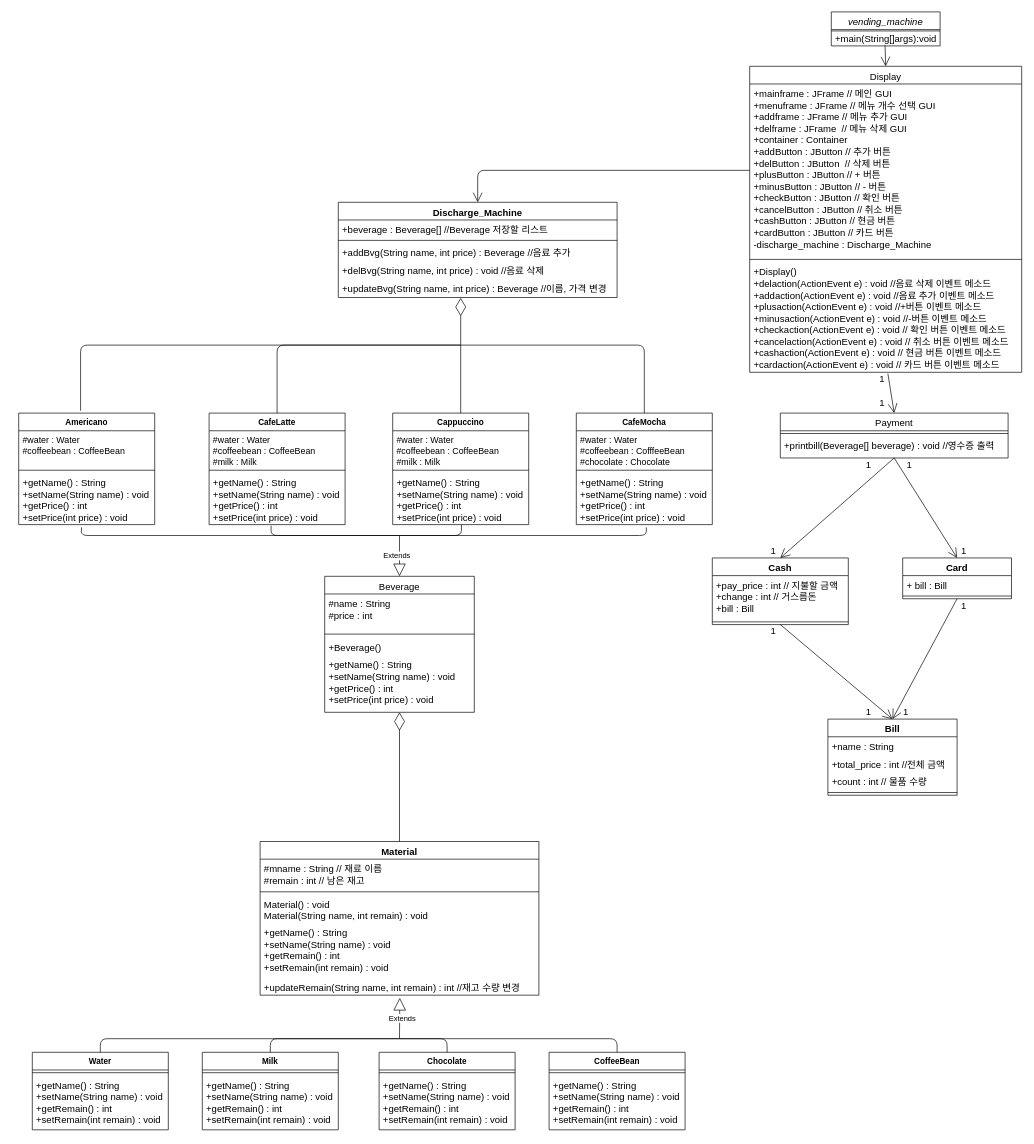
Above: Untitled Diagram.drawio in ans2568/Messenger (draw.io), before the change. Source tidied: cells renumbered, new cells numbered last; positions are measured from the earlier drawing's top-left corner, leaving out a move shared by most shapes. Both pictures are drawn from the tidied source at 68%, with x=0, y=0 at pixel (18, 12).
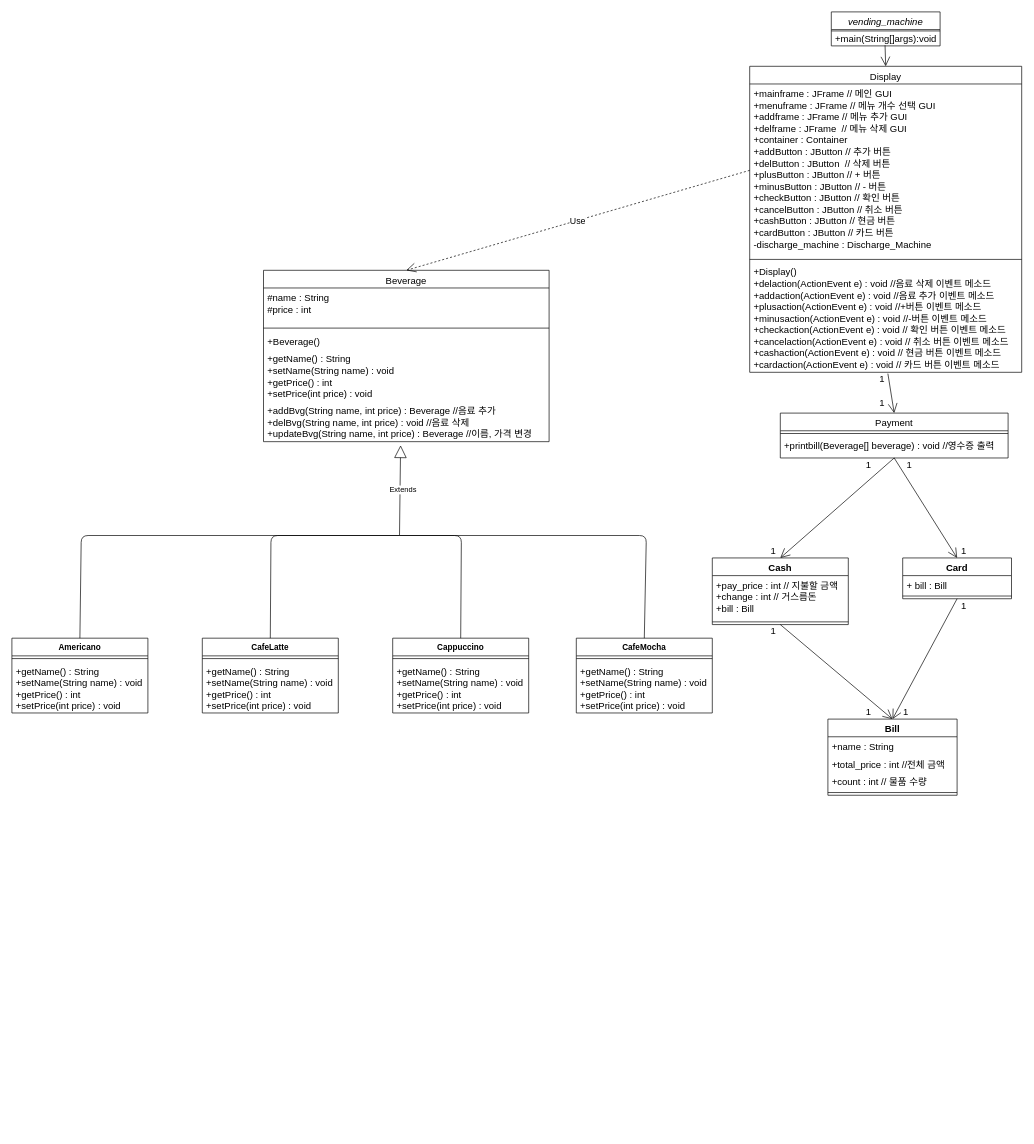
Above is the later version.

The change refers to these unchanged cells:
```xml
<mxCell id="11" value="+mainframe : JFrame // 메인 GUI&#10;+menuframe : JFrame // 메뉴 개수 선택 GUI&#10;+addframe : JFrame // 메뉴 추가 GUI&#10;+delframe : JFrame  // 메뉴 삭제 GUI&#10;+container : Container&#10;+addButton : JButton // 추가 버튼&#10;+delButton : JButton  // 삭제 버튼&#10;+plusButton : JButton // + 버튼&#10;+minusButton : JButton // - 버튼&#10;+checkButton : JButton // 확인 버튼&#10;+cancelButton : JButton // 취소 버튼&#10;+cashButton : JButton // 현금 버튼&#10;+cardButton : JButton // 카드 버튼&#10;-discharge_machine : Discharge_Machine" style="text;align=left;verticalAlign=top;spacingLeft=4;spacingRight=4;overflow=hidden;points=[[0,0.5],[1,0.5]];portConstraint=eastwest;fontSize=14;" parent="10" vertex="1">
  <mxGeometry y="26" width="400" height="254" as="geometry" />
</mxCell>
```

The edit, as a diff of the source:
```diff
@@
     <mxCell id="5" value="Beverage" style="swimlane;fontStyle=0;align=center;verticalAlign=top;horizontal=1;startSize=26;rounded=0;shadow=0;strokeWidth=1;fontSize=14;" parent="1" vertex="1">
-      <mxGeometry x="450" y="830" width="220" height="200" as="geometry" />
+      <mxGeometry x="360" y="380" width="420" height="252" as="geometry" />
     </mxCell>
     <mxCell id="6" value="#name : String&#10;#price : int&#10;" style="text;align=left;verticalAlign=top;spacingLeft=4;spacingRight=4;overflow=hidden;fontSize=14;" parent="5" vertex="1">
-      <mxGeometry y="26" width="220" height="54" as="geometry" />
+      <mxGeometry y="26" width="420" height="54" as="geometry" />
     </mxCell>
     <mxCell id="7" style="line;html=1;strokeWidth=1;align=left;verticalAlign=middle;spacingTop=-1;spacingLeft=3;spacingRight=3;labelPosition=right;fontSize=14;" parent="5" vertex="1">
-      <mxGeometry y="80" width="220" height="10" as="geometry" />
+      <mxGeometry y="80" width="420" height="10" as="geometry" />
     </mxCell>
     <mxCell id="8" value="+Beverage()" style="text;align=left;verticalAlign=top;spacingLeft=4;spacingRight=4;overflow=hidden;fontSize=14;" parent="5" vertex="1">
-      <mxGeometry y="90" width="220" height="26" as="geometry" />
+      <mxGeometry y="90" width="420" height="26" as="geometry" />
     </mxCell>
     <mxCell id="9" value="+getName() : String&#10;+setName(String name) : void&#10;+getPrice() : int&#10;+setPrice(int price) : void" style="text;align=left;verticalAlign=top;spacingLeft=4;spacingRight=4;overflow=hidden;fontSize=14;" parent="5" vertex="1">
-      <mxGeometry y="116" width="220" height="76" as="geometry" />
+      <mxGeometry y="116" width="420" height="76" as="geometry" />
     </mxCell>
+    <mxCell id="25" value="+addBvg(String name, int price) : Beverage //음료 추가&#10;+delBvg(String name, int price) : void //음료 삭제&#10;+updateBvg(String name, int price) : Beverage //이름, 가격 변경" style="text;align=left;verticalAlign=top;spacingLeft=4;spacingRight=4;overflow=hidden;points=[[0,0.5],[1,0.5]];portConstraint=eastwest;fontSize=14;" parent="5" vertex="1">
+      <mxGeometry y="192" width="420" height="60" as="geometry" />
+    </mxCell>
@@
-    <mxCell id="22" value="Discharge_Machine" style="swimlane;fontStyle=1;align=center;verticalAlign=top;horizontal=1;startSize=26;fillColor=#ffffff;html=0;fontSize=14;" parent="1" vertex="1">
-      <mxGeometry x="470" y="280" width="410" height="140" as="geometry" />
-    </mxCell>
-    <mxCell id="23" value="+beverage : Beverage[] //Beverage 저장할 리스트" style="text;strokeColor=none;fillColor=none;align=left;verticalAlign=top;spacingLeft=4;spacingRight=4;overflow=hidden;fontSize=14;" parent="22" vertex="1">
-      <mxGeometry y="26" width="410" height="26" as="geometry" />
-    </mxCell>
-    <mxCell id="24" style="line;strokeWidth=1;fillColor=none;align=left;verticalAlign=middle;spacingTop=-1;spacingLeft=3;spacingRight=3;labelPosition=right;fontSize=14;" parent="22" vertex="1">
-      <mxGeometry y="52" width="410" height="8" as="geometry" />
-    </mxCell>
-    <mxCell id="25" value="+addBvg(String name, int price) : Beverage //음료 추가" style="text;align=left;verticalAlign=top;spacingLeft=4;spacingRight=4;overflow=hidden;points=[[0,0.5],[1,0.5]];portConstraint=eastwest;fontSize=14;" parent="22" vertex="1">
-      <mxGeometry y="60" width="410" height="26" as="geometry" />
-    </mxCell>
-    <mxCell id="26" value="+delBvg(String name, int price) : void //음료 삭제" style="text;align=left;verticalAlign=top;spacingLeft=4;spacingRight=4;overflow=hidden;fontSize=14;" parent="22" vertex="1">
-      <mxGeometry y="86" width="410" height="26" as="geometry" />
-    </mxCell>
-    <mxCell id="27" value="+updateBvg(String name, int price) : Beverage //이름, 가격 변경" style="text;align=left;verticalAlign=top;spacingLeft=4;spacingRight=4;overflow=hidden;points=[[0,0.5],[1,0.5]];portConstraint=eastwest;fontSize=14;" parent="22" vertex="1">
-      <mxGeometry y="112" width="410" height="28" as="geometry" />
-    </mxCell>
-    <mxCell id="28" value="Material" style="swimlane;fontStyle=1;align=center;verticalAlign=top;horizontal=1;startSize=26;fontSize=14;" parent="1" vertex="1">
-      <mxGeometry x="355" y="1220" width="410" height="226" as="geometry" />
-    </mxCell>
-    <mxCell id="29" value="#mname : String // 재료 이름&#10;#remain : int // 남은 재고" style="text;strokeColor=none;fillColor=none;align=left;verticalAlign=top;spacingLeft=4;spacingRight=4;overflow=hidden;fontSize=14;" parent="28" vertex="1">
-      <mxGeometry y="26" width="410" height="44" as="geometry" />
-    </mxCell>
-    <mxCell id="30" style="line;strokeWidth=1;fillColor=none;align=left;verticalAlign=middle;spacingTop=-1;spacingLeft=3;spacingRight=3;labelPosition=right;fontSize=14;" parent="28" vertex="1">
-      <mxGeometry y="70" width="410" height="8" as="geometry" />
-    </mxCell>
-    <mxCell id="31" value="Material() : void&#10;Material(String name, int remain) : void" style="text;strokeColor=none;fillColor=none;align=left;verticalAlign=top;spacingLeft=4;spacingRight=4;overflow=hidden;fontSize=14;" parent="28" vertex="1">
-      <mxGeometry y="78" width="410" height="42" as="geometry" />
-    </mxCell>
-    <mxCell id="32" value="+getName() : String&#10;+setName(String name) : void&#10;+getRemain() : int&#10;+setRemain(int remain) : void" style="text;strokeColor=none;fillColor=none;align=left;verticalAlign=top;spacingLeft=4;spacingRight=4;overflow=hidden;fontSize=14;" parent="28" vertex="1">
-      <mxGeometry y="120" width="410" height="80" as="geometry" />
-    </mxCell>
-    <mxCell id="33" value="+updateRemain(String name, int remain) : int //재고 수량 변경" style="text;strokeColor=none;fillColor=none;align=left;verticalAlign=top;spacingLeft=4;spacingRight=4;overflow=hidden;points=[[0,0.5],[1,0.5]];portConstraint=eastwest;fontSize=14;" parent="28" vertex="1">
-      <mxGeometry y="200" width="410" height="26" as="geometry" />
-    </mxCell>
@@
-    <mxCell id="52" style="endArrow=open;endFill=1;endSize=12;html=1;entryX=0.5;entryY=0;entryDx=0;entryDy=0;exitX=0;exitY=0.5;exitDx=0;exitDy=0;fontSize=14;" parent="1" edge="1" source="11" target="22">
-      <mxGeometry relative="1" as="geometry">
-        <Array as="points">
-          <mxPoint x="675" y="233" />
-        </Array>
-      </mxGeometry>
-    </mxCell>
@@
     <mxCell id="57" value="Cappuccino" style="swimlane;fontStyle=1;align=center;verticalAlign=top;horizontal=1;startSize=26;" parent="1" vertex="1">
-      <mxGeometry x="550" y="590" width="200" height="164" as="geometry" />
+      <mxGeometry x="550" y="921" width="200" height="110" as="geometry" />
     </mxCell>
-    <mxCell id="58" value="#water : Water&#10;#coffeebean : CoffeeBean&#10;#milk : Milk" style="text;strokeColor=none;fillColor=none;align=left;verticalAlign=top;spacingLeft=4;spacingRight=4;overflow=hidden;fontSize=13;" parent="57" vertex="1">
-      <mxGeometry y="26" width="200" height="54" as="geometry" />
-    </mxCell>
     <mxCell id="59" style="line;strokeWidth=1;fillColor=none;align=left;verticalAlign=middle;spacingTop=-1;spacingLeft=3;spacingRight=3;labelPosition=right;" parent="57" vertex="1">
-      <mxGeometry y="80" width="200" height="8" as="geometry" />
+      <mxGeometry y="26" width="200" height="8" as="geometry" />
     </mxCell>
     <mxCell id="60" value="+getName() : String&#10;+setName(String name) : void&#10;+getPrice() : int&#10;+setPrice(int price) : void" style="text;align=left;verticalAlign=top;spacingLeft=4;spacingRight=4;overflow=hidden;points=[[0,0.5],[1,0.5]];portConstraint=eastwest;fontSize=14;" parent="57" vertex="1">
-      <mxGeometry y="88" width="200" height="76" as="geometry" />
+      <mxGeometry y="34" width="200" height="76" as="geometry" />
     </mxCell>
     <mxCell id="61" value="CafeMocha" style="swimlane;fontStyle=1;align=center;verticalAlign=top;horizontal=1;startSize=26;" parent="1" vertex="1">
-      <mxGeometry x="820" y="590" width="200" height="164" as="geometry" />
+      <mxGeometry x="820" y="921" width="200" height="110" as="geometry" />
     </mxCell>
-    <mxCell id="62" value="#water : Water&#10;#coffeebean : CofffeeBean&#10;#chocolate : Chocolate" style="text;strokeColor=none;fillColor=none;align=left;verticalAlign=top;spacingLeft=4;spacingRight=4;overflow=hidden;fontSize=13;" parent="61" vertex="1">
-      <mxGeometry y="26" width="200" height="54" as="geometry" />
-    </mxCell>
     <mxCell id="63" style="line;strokeWidth=1;fillColor=none;align=left;verticalAlign=middle;spacingTop=-1;spacingLeft=3;spacingRight=3;labelPosition=right;" parent="61" vertex="1">
-      <mxGeometry y="80" width="200" height="8" as="geometry" />
+      <mxGeometry y="26" width="200" height="8" as="geometry" />
     </mxCell>
     <mxCell id="64" value="+getName() : String&#10;+setName(String name) : void&#10;+getPrice() : int&#10;+setPrice(int price) : void" style="text;align=left;verticalAlign=top;spacingLeft=4;spacingRight=4;overflow=hidden;points=[[0,0.5],[1,0.5]];portConstraint=eastwest;fontSize=14;" parent="61" vertex="1">
-      <mxGeometry y="88" width="200" height="76" as="geometry" />
+      <mxGeometry y="34" width="200" height="76" as="geometry" />
     </mxCell>
     <mxCell id="65" value="CafeLatte" style="swimlane;fontStyle=1;align=center;verticalAlign=top;horizontal=1;startSize=26;" parent="1" vertex="1">
-      <mxGeometry x="280" y="590" width="200" height="164" as="geometry" />
+      <mxGeometry x="270" y="921" width="200" height="110" as="geometry" />
     </mxCell>
-    <mxCell id="66" value="#water : Water&#10;#coffeebean : CoffeeBean&#10;#milk : Milk" style="text;strokeColor=none;fillColor=none;align=left;verticalAlign=top;spacingLeft=4;spacingRight=4;overflow=hidden;fontSize=13;" parent="65" vertex="1">
-      <mxGeometry y="26" width="200" height="54" as="geometry" />
-    </mxCell>
     <mxCell id="67" style="line;strokeWidth=1;fillColor=none;align=left;verticalAlign=middle;spacingTop=-1;spacingLeft=3;spacingRight=3;labelPosition=right;" parent="65" vertex="1">
-      <mxGeometry y="80" width="200" height="8" as="geometry" />
+      <mxGeometry y="26" width="200" height="8" as="geometry" />
     </mxCell>
     <mxCell id="68" value="+getName() : String&#10;+setName(String name) : void&#10;+getPrice() : int&#10;+setPrice(int price) : void" style="text;align=left;verticalAlign=top;spacingLeft=4;spacingRight=4;overflow=hidden;points=[[0,0.5],[1,0.5]];portConstraint=eastwest;fontSize=14;" parent="65" vertex="1">
-      <mxGeometry y="88" width="200" height="76" as="geometry" />
+      <mxGeometry y="34" width="200" height="76" as="geometry" />
     </mxCell>
     <mxCell id="69" value="Americano" style="swimlane;fontStyle=1;align=center;verticalAlign=top;horizontal=1;startSize=26;" parent="1" vertex="1">
-      <mxGeometry y="590" width="200" height="164" as="geometry" />
+      <mxGeometry x="-10" y="921" width="200" height="110" as="geometry" />
     </mxCell>
-    <mxCell id="70" value="#water : Water&#10;#coffeebean : CoffeeBean" style="text;strokeColor=none;fillColor=none;align=left;verticalAlign=top;spacingLeft=4;spacingRight=4;overflow=hidden;fontSize=13;" parent="69" vertex="1">
-      <mxGeometry y="26" width="200" height="54" as="geometry" />
-    </mxCell>
     <mxCell id="71" style="line;strokeWidth=1;fillColor=none;align=left;verticalAlign=middle;spacingTop=-1;spacingLeft=3;spacingRight=3;labelPosition=right;" parent="69" vertex="1">
-      <mxGeometry y="80" width="200" height="8" as="geometry" />
+      <mxGeometry y="26" width="200" height="8" as="geometry" />
     </mxCell>
     <mxCell id="72" value="+getName() : String&#10;+setName(String name) : void&#10;+getPrice() : int&#10;+setPrice(int price) : void" style="text;align=left;verticalAlign=top;spacingLeft=4;spacingRight=4;overflow=hidden;points=[[0,0.5],[1,0.5]];portConstraint=eastwest;fontSize=14;" parent="69" vertex="1">
-      <mxGeometry y="88" width="200" height="76" as="geometry" />
+      <mxGeometry y="34" width="200" height="76" as="geometry" />
     </mxCell>
-    <mxCell id="73" value="Extends" style="endArrow=block;endSize=16;endFill=0;html=1;entryX=0.5;entryY=0;entryDx=0;entryDy=0;" parent="1" edge="1" target="5">
+    <mxCell id="73" value="Extends" style="endArrow=block;endSize=16;endFill=0;html=1;entryX=0.48;entryY=1.09;entryDx=0;entryDy=0;entryPerimeter=0;" parent="1" edge="1" target="25">
       <mxGeometry x="0.01" y="-4" relative="1" as="geometry">
         <mxPoint x="560" y="770" as="sourcePoint" />
       </mxGeometry>
     </mxCell>
-    <mxCell id="74" style="endArrow=none;html=1;entryX=0.515;entryY=1.053;entryDx=0;entryDy=0;entryPerimeter=0;" parent="1" edge="1" target="64">
+    <mxCell id="74" style="endArrow=none;html=1;entryX=0.5;entryY=0;entryDx=0;entryDy=0;" parent="1" edge="1" target="61">
       <mxGeometry relative="1" as="geometry">
         <mxPoint x="560" y="770" as="sourcePoint" />
         <Array as="points">
           <mxPoint x="923" y="770" />
         </Array>
       </mxGeometry>
     </mxCell>
-    <mxCell id="75" style="endArrow=none;html=1;entryX=0.462;entryY=1.053;entryDx=0;entryDy=0;entryPerimeter=0;" parent="1" edge="1" target="72">
+    <mxCell id="75" style="endArrow=none;html=1;entryX=0.5;entryY=0;entryDx=0;entryDy=0;" parent="1" edge="1" target="69">
       <mxGeometry relative="1" as="geometry">
         <mxPoint x="560" y="770" as="sourcePoint" />
         <Array as="points">
           <mxPoint x="92" y="770" />
         </Array>
       </mxGeometry>
     </mxCell>
-    <mxCell id="76" style="endArrow=none;html=1;exitX=0.506;exitY=1.006;exitDx=0;exitDy=0;exitPerimeter=0;" parent="1" edge="1" source="60">
+    <mxCell id="76" style="endArrow=none;html=1;exitX=0.5;exitY=0;exitDx=0;exitDy=0;" parent="1" edge="1" source="57">
       <mxGeometry relative="1" as="geometry">
         <mxPoint x="560" y="770" as="targetPoint" />
         <Array as="points">
           <mxPoint x="651" y="770" />
         </Array>
       </mxGeometry>
     </mxCell>
-    <mxCell id="77" style="endArrow=none;html=1;exitX=0.456;exitY=1.022;exitDx=0;exitDy=0;exitPerimeter=0;" parent="1" edge="1" source="68">
+    <mxCell id="77" style="endArrow=none;html=1;exitX=0.5;exitY=0;exitDx=0;exitDy=0;" parent="1" edge="1" source="65">
       <mxGeometry relative="1" as="geometry">
         <mxPoint x="560" y="770" as="targetPoint" />
         <Array as="points">
           <mxPoint x="371" y="770" />
         </Array>
       </mxGeometry>
     </mxCell>
-    <mxCell id="78" style="endArrow=diamondThin;endFill=0;endSize=24;html=1;entryX=0.439;entryY=1.017;entryDx=0;entryDy=0;entryPerimeter=0;" parent="1" edge="1" target="27">
-      <mxGeometry relative="1" as="geometry">
-        <mxPoint x="650" y="490" as="sourcePoint" />
-      </mxGeometry>
-    </mxCell>
-    <mxCell id="79" style="endArrow=none;html=1;entryX=0.5;entryY=0;entryDx=0;entryDy=0;" parent="1" edge="1" target="61">
-      <mxGeometry relative="1" as="geometry">
-        <mxPoint x="650" y="490" as="sourcePoint" />
-        <Array as="points">
-          <mxPoint x="920" y="490" />
-        </Array>
-      </mxGeometry>
-    </mxCell>
-    <mxCell id="80" style="endArrow=none;html=1;exitX=0.5;exitY=0;exitDx=0;exitDy=0;" parent="1" edge="1" source="57">
-      <mxGeometry relative="1" as="geometry">
-        <mxPoint x="650" y="490" as="targetPoint" />
-      </mxGeometry>
-    </mxCell>
-    <mxCell id="81" style="endArrow=none;html=1;entryX=0.5;entryY=0;entryDx=0;entryDy=0;" parent="1" edge="1" target="65">
-      <mxGeometry relative="1" as="geometry">
-        <mxPoint x="650" y="490" as="sourcePoint" />
-        <Array as="points">
-          <mxPoint x="380" y="490" />
-        </Array>
-      </mxGeometry>
-    </mxCell>
-    <mxCell id="82" style="endArrow=none;html=1;edgeStyle=elbowEdgeStyle;entryX=0.456;entryY=-0.022;entryDx=0;entryDy=0;entryPerimeter=0;" parent="1" edge="1" target="69">
-      <mxGeometry relative="1" as="geometry">
-        <mxPoint x="650" y="490" as="sourcePoint" />
-        <Array as="points">
-          <mxPoint x="91" y="510" />
-        </Array>
-      </mxGeometry>
-    </mxCell>
-    <mxCell id="83" style="endArrow=diamondThin;endFill=0;endSize=24;html=1;exitX=0.5;exitY=0;exitDx=0;exitDy=0;entryX=0.5;entryY=1;entryDx=0;entryDy=0;" parent="1" edge="1" source="28" target="5">
-      <mxGeometry relative="1" as="geometry" />
-    </mxCell>
-    <mxCell id="84" value="CoffeeBean" style="swimlane;fontStyle=1;align=center;verticalAlign=top;horizontal=1;startSize=26;" parent="1" vertex="1">
-      <mxGeometry x="780" y="1530" width="200" height="114" as="geometry" />
-    </mxCell>
-    <mxCell id="85" style="line;strokeWidth=1;fillColor=none;align=left;verticalAlign=middle;spacingTop=-1;spacingLeft=3;spacingRight=3;labelPosition=right;" parent="84" vertex="1">
-      <mxGeometry y="26" width="200" height="8" as="geometry" />
-    </mxCell>
-    <mxCell id="86" value="+getName() : String&#10;+setName(String name) : void&#10;+getRemain() : int&#10;+setRemain(int remain) : void" style="text;strokeColor=none;fillColor=none;align=left;verticalAlign=top;spacingLeft=4;spacingRight=4;overflow=hidden;fontSize=14;" parent="84" vertex="1">
-      <mxGeometry y="34" width="200" height="80" as="geometry" />
-    </mxCell>
-    <mxCell id="87" value="Chocolate" style="swimlane;fontStyle=1;align=center;verticalAlign=top;horizontal=1;startSize=26;" parent="1" vertex="1">
-      <mxGeometry x="530" y="1530" width="200" height="114" as="geometry" />
-    </mxCell>
-    <mxCell id="88" style="line;strokeWidth=1;fillColor=none;align=left;verticalAlign=middle;spacingTop=-1;spacingLeft=3;spacingRight=3;labelPosition=right;" parent="87" vertex="1">
-      <mxGeometry y="26" width="200" height="8" as="geometry" />
-    </mxCell>
-    <mxCell id="89" value="+getName() : String&#10;+setName(String name) : void&#10;+getRemain() : int&#10;+setRemain(int remain) : void" style="text;strokeColor=none;fillColor=none;align=left;verticalAlign=top;spacingLeft=4;spacingRight=4;overflow=hidden;fontSize=14;" parent="87" vertex="1">
-      <mxGeometry y="34" width="200" height="80" as="geometry" />
-    </mxCell>
-    <mxCell id="90" value="Milk" style="swimlane;fontStyle=1;align=center;verticalAlign=top;horizontal=1;startSize=26;" parent="1" vertex="1">
-      <mxGeometry x="270" y="1530" width="200" height="114" as="geometry" />
-    </mxCell>
-    <mxCell id="91" style="line;strokeWidth=1;fillColor=none;align=left;verticalAlign=middle;spacingTop=-1;spacingLeft=3;spacingRight=3;labelPosition=right;" parent="90" vertex="1">
-      <mxGeometry y="26" width="200" height="8" as="geometry" />
-    </mxCell>
-    <mxCell id="92" value="+getName() : String&#10;+setName(String name) : void&#10;+getRemain() : int&#10;+setRemain(int remain) : void" style="text;strokeColor=none;fillColor=none;align=left;verticalAlign=top;spacingLeft=4;spacingRight=4;overflow=hidden;fontSize=14;" parent="90" vertex="1">
-      <mxGeometry y="34" width="200" height="80" as="geometry" />
-    </mxCell>
-    <mxCell id="93" value="Water" style="swimlane;fontStyle=1;align=center;verticalAlign=top;horizontal=1;startSize=26;" parent="1" vertex="1">
-      <mxGeometry x="20" y="1530" width="200" height="114" as="geometry" />
-    </mxCell>
-    <mxCell id="94" style="line;strokeWidth=1;fillColor=none;align=left;verticalAlign=middle;spacingTop=-1;spacingLeft=3;spacingRight=3;labelPosition=right;" parent="93" vertex="1">
-      <mxGeometry y="26" width="200" height="8" as="geometry" />
-    </mxCell>
-    <mxCell id="95" value="+getName() : String&#10;+setName(String name) : void&#10;+getRemain() : int&#10;+setRemain(int remain) : void" style="text;strokeColor=none;fillColor=none;align=left;verticalAlign=top;spacingLeft=4;spacingRight=4;overflow=hidden;fontSize=14;" parent="93" vertex="1">
-      <mxGeometry y="34" width="200" height="80" as="geometry" />
-    </mxCell>
-    <mxCell id="96" value="Extends" style="endArrow=block;endSize=16;endFill=0;html=1;entryX=0.501;entryY=1.149;entryDx=0;entryDy=0;entryPerimeter=0;" parent="1" edge="1" target="33">
-      <mxGeometry x="0.01" y="-4" relative="1" as="geometry">
-        <mxPoint x="560" y="1510" as="sourcePoint" />
-      </mxGeometry>
-    </mxCell>
-    <mxCell id="97" style="endArrow=none;html=1;exitX=0.5;exitY=0;exitDx=0;exitDy=0;" parent="1" edge="1" source="93">
-      <mxGeometry relative="1" as="geometry">
-        <mxPoint x="560" y="1510" as="targetPoint" />
-        <Array as="points">
-          <mxPoint x="120" y="1510" />
-        </Array>
-      </mxGeometry>
-    </mxCell>
-    <mxCell id="98" style="endArrow=none;html=1;exitX=0.5;exitY=0;exitDx=0;exitDy=0;" parent="1" edge="1" source="84">
-      <mxGeometry relative="1" as="geometry">
-        <mxPoint x="560" y="1510" as="targetPoint" />
-        <Array as="points">
-          <mxPoint x="880" y="1510" />
-        </Array>
-      </mxGeometry>
-    </mxCell>
-    <mxCell id="99" style="endArrow=none;html=1;exitX=0.5;exitY=0;exitDx=0;exitDy=0;" parent="1" edge="1" source="87">
-      <mxGeometry relative="1" as="geometry">
-        <mxPoint x="560" y="1510" as="targetPoint" />
-        <Array as="points">
-          <mxPoint x="630" y="1510" />
-        </Array>
-      </mxGeometry>
-    </mxCell>
-    <mxCell id="100" style="endArrow=none;html=1;exitX=0.5;exitY=0;exitDx=0;exitDy=0;" parent="1" edge="1" source="90">
-      <mxGeometry relative="1" as="geometry">
-        <mxPoint x="560" y="1510" as="targetPoint" />
-        <Array as="points">
-          <mxPoint x="370" y="1510" />
-        </Array>
-      </mxGeometry>
-    </mxCell>
+    <mxCell id="101" value="Use" style="endArrow=open;endSize=12;dashed=1;html=1;fontSize=13;exitX=0;exitY=0.5;exitDx=0;exitDy=0;entryX=0.5;entryY=0;entryDx=0;entryDy=0;" parent="1" edge="1" source="11" target="5">
+      <mxGeometry relative="1" as="geometry" />
+    </mxCell>
```
